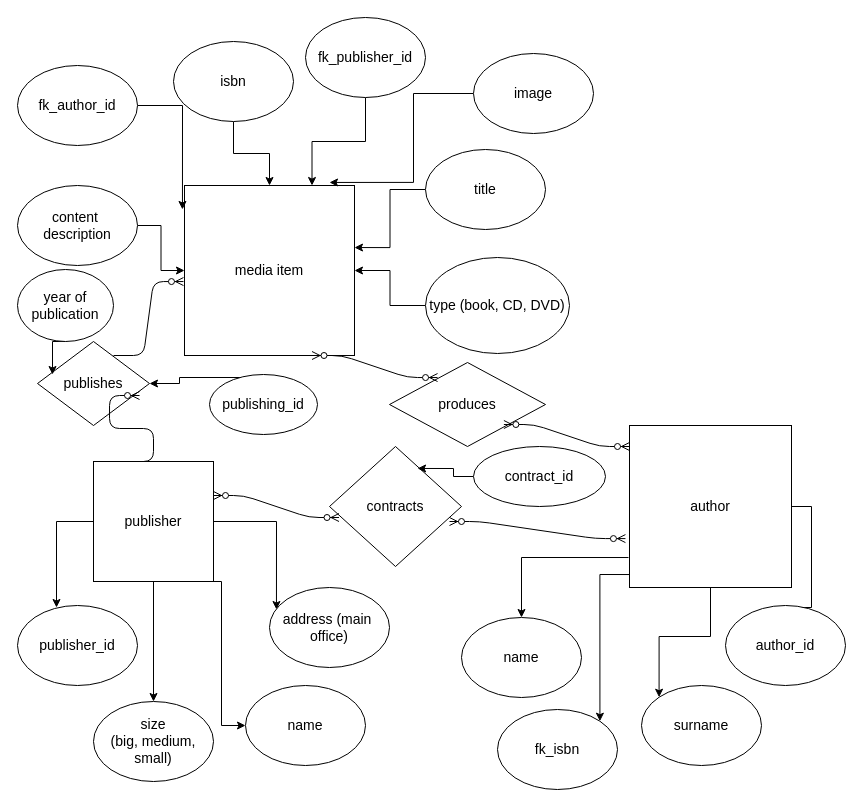
Earlier version of the draw.io diagram ERdiagram.drawio (Carina20/CFLMS-CodeReview10-Carina). Source tidied: cells renumbered, new cells numbered last; positions are measured from the earlier drawing's top-left corner, leaving out a move shared by most shapes. Both pictures are drawn from the tidied source at 100%, with x=0, y=0 at pixel (17, 17).
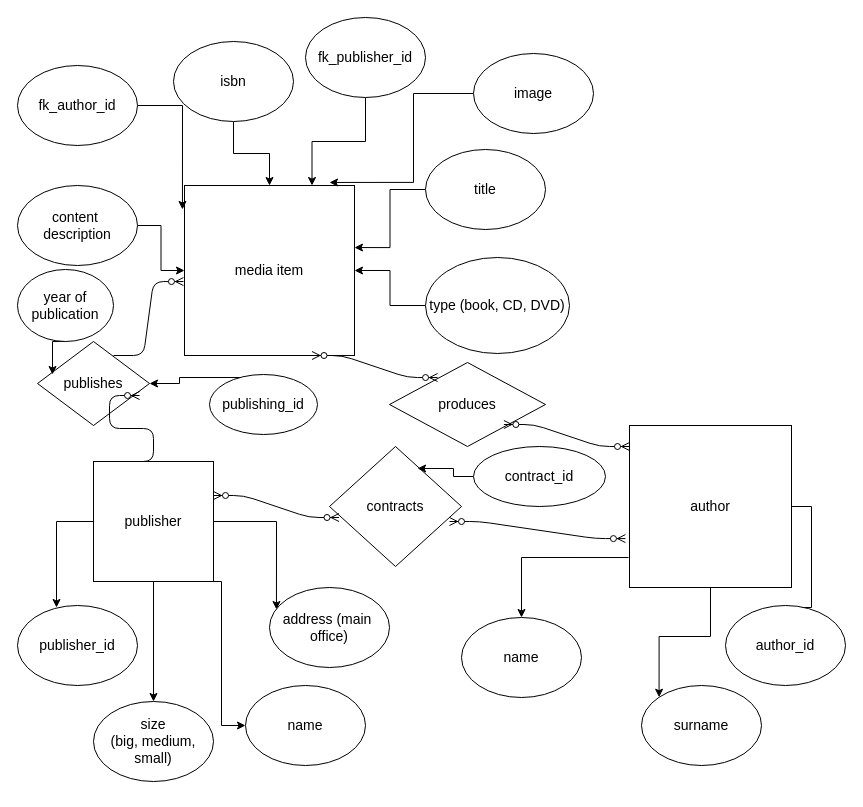
The same page after the edit.

Unchanged cells that the change refers to:
```xml
<mxCell id="15" value="author" style="whiteSpace=wrap;html=1;fontSize=14;" parent="1" vertex="1">
  <mxGeometry x="612" y="408" width="162" height="162" as="geometry" />
</mxCell>
```

What changed in the source:
```diff
@@
-    <mxCell id="13" style="edgeStyle=orthogonalEdgeStyle;rounded=0;jettySize=auto;html=1;entryX=1;entryY=0;entryDx=0;entryDy=0;fontSize=14;exitX=0.006;exitY=0.92;exitDx=0;exitDy=0;exitPerimeter=0;" parent="1" edge="1" source="15" target="30">
-      <mxGeometry relative="1" as="geometry" />
-    </mxCell>
@@
-    <mxCell id="30" value="fk_isbn" style="ellipse;whiteSpace=wrap;html=1;fontSize=14;" parent="1" vertex="1">
-      <mxGeometry x="480" y="692" width="120" height="80" as="geometry" />
-    </mxCell>
```
